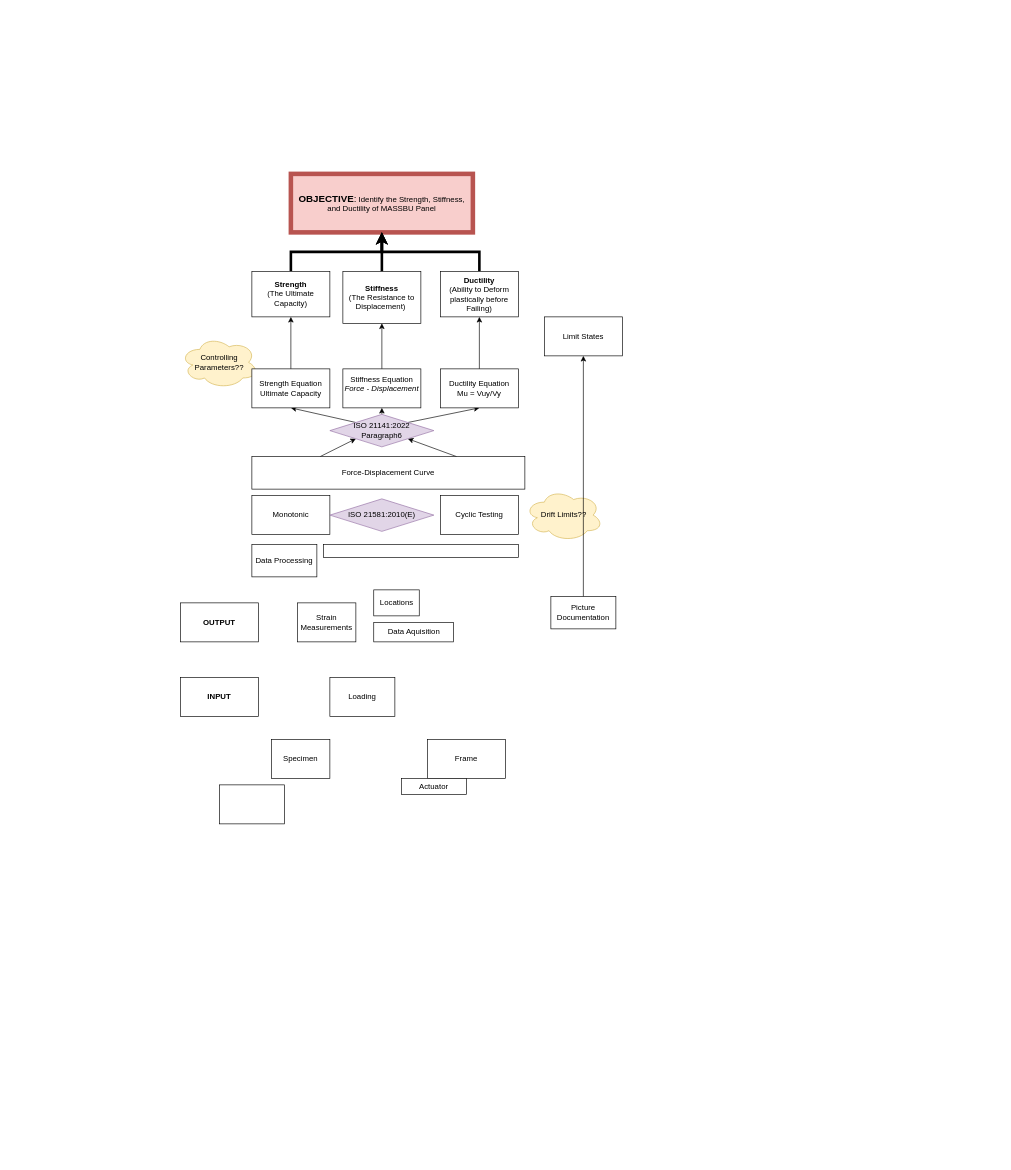
Earlier version of the draw.io diagram MASSBU.drawio (em329-unity/MindMaps). Source tidied: cells renumbered, new cells numbered last; positions are measured from the earlier drawing's top-left corner, leaving out a move shared by most shapes. Both pictures are drawn from the tidied source at 65%, with x=0, y=0 at pixel (180, 174).
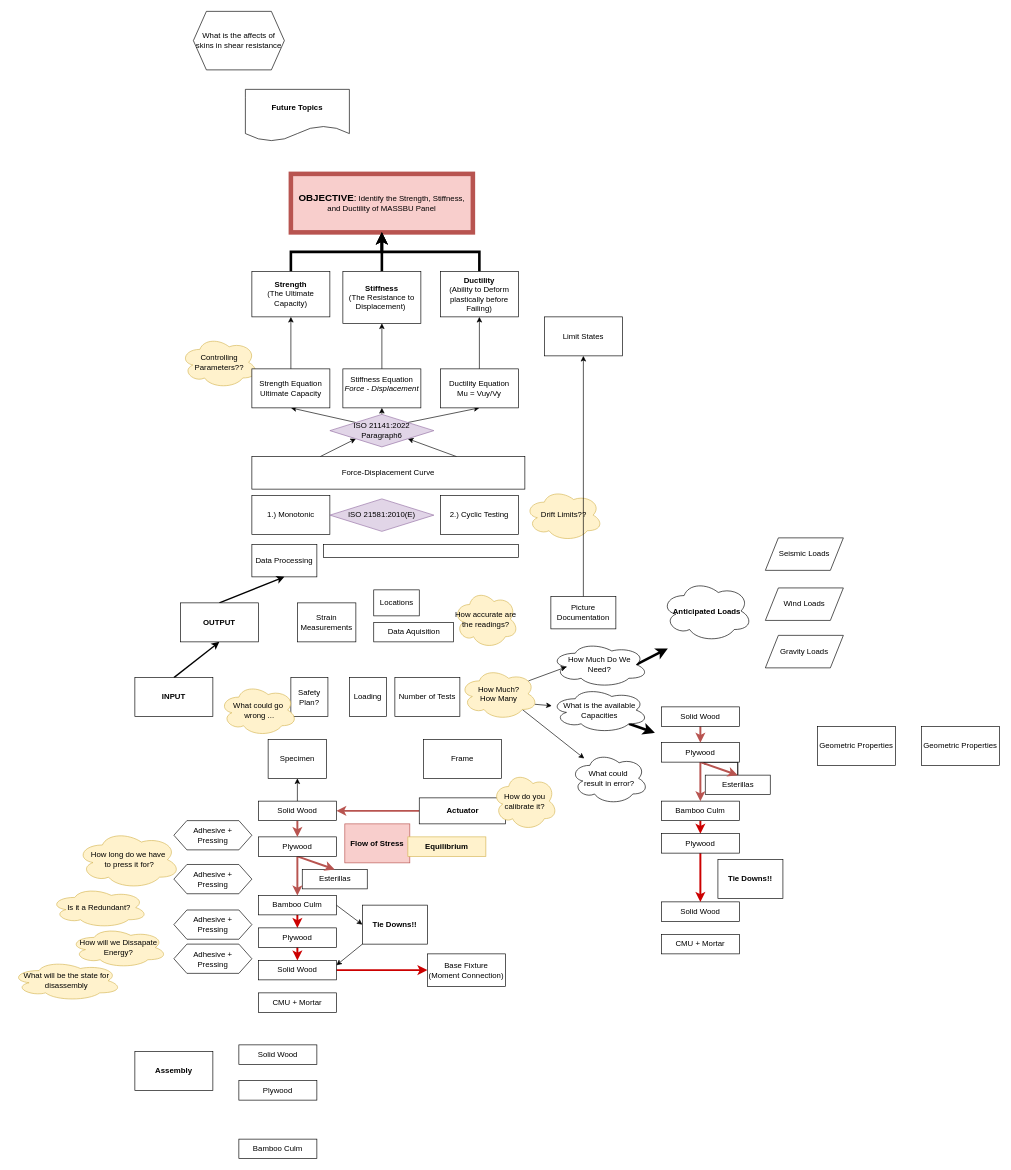
The same page after the edit.

Unchanged cells that the change refers to:
```xml
<mxCell id="32" value="Data Processing" style="whiteSpace=wrap;html=1;" parent="1" vertex="1">
  <mxGeometry x="110" y="570" width="100" height="50" as="geometry" />
</mxCell>
<mxCell id="40" value="&lt;b&gt;OUTPUT&lt;/b&gt;" style="whiteSpace=wrap;html=1;" parent="1" vertex="1">
  <mxGeometry y="660" width="120" height="60" as="geometry" />
</mxCell>
```

Change to the diagram source:
```diff
@@
-    <mxCell id="14" value="Monotonic" style="rounded=0;whiteSpace=wrap;html=1;" parent="1" vertex="1">
+    <mxCell id="14" value="1.) Monotonic" style="rounded=0;whiteSpace=wrap;html=1;" parent="1" vertex="1">
       <mxGeometry x="110" y="495" width="120" height="60" as="geometry" />
     </mxCell>
-    <mxCell id="15" value="Cyclic Testing" style="rounded=0;whiteSpace=wrap;html=1;" parent="1" vertex="1">
+    <mxCell id="15" value="2.) Cyclic Testing" style="rounded=0;whiteSpace=wrap;html=1;" parent="1" vertex="1">
       <mxGeometry x="400" y="495" width="120" height="60" as="geometry" />
     </mxCell>
@@
     <mxCell id="28" value="Specimen" style="rounded=0;whiteSpace=wrap;html=1;" parent="1" vertex="1">
-      <mxGeometry x="140" y="870" width="90" height="60" as="geometry" />
+      <mxGeometry x="135" y="870" width="90" height="60" as="geometry" />
     </mxCell>
@@
     <mxCell id="36" value="Loading" style="rounded=0;whiteSpace=wrap;html=1;" parent="1" vertex="1">
-      <mxGeometry x="230" y="775" width="100" height="60" as="geometry" />
+      <mxGeometry x="260" y="775" width="57" height="60" as="geometry" />
     </mxCell>
     <mxCell id="37" value="Frame" style="whiteSpace=wrap;html=1;" parent="1" vertex="1">
-      <mxGeometry x="380" y="870" width="120" height="60" as="geometry" />
+      <mxGeometry x="373.8" y="870" width="120" height="60" as="geometry" />
     </mxCell>
+    <mxCell id="42" style="edgeStyle=orthogonalEdgeStyle;rounded=0;jettySize=auto;html=1;exitX=0;exitY=0.5;exitDx=0;exitDy=0;entryX=1;entryY=0.5;entryDx=0;entryDy=0;fillColor=#f8cecc;strokeColor=#b85450;strokeWidth=3;" parent="1" edge="1" source="38" target="65">
+      <mxGeometry relative="1" as="geometry" />
+    </mxCell>
-    <mxCell id="38" value="Actuator" style="whiteSpace=wrap;html=1;" parent="1" vertex="1">
-      <mxGeometry x="340" y="930" width="100" height="25" as="geometry" />
+    <mxCell id="38" value="Actuator" style="whiteSpace=wrap;html=1;fontStyle=1;" parent="1" vertex="1">
+      <mxGeometry x="367.5" y="960" width="132.5" height="40" as="geometry" />
     </mxCell>
+    <mxCell id="43" style="rounded=0;jettySize=auto;html=1;exitX=0.5;exitY=0;exitDx=0;exitDy=0;entryX=0.5;entryY=1;entryDx=0;entryDy=0;strokeWidth=2;" parent="1" edge="1" source="39" target="40">
+      <mxGeometry relative="1" as="geometry" />
+    </mxCell>
     <mxCell id="39" value="&lt;b&gt;INPUT&lt;/b&gt;" style="whiteSpace=wrap;html=1;" parent="1" vertex="1">
-      <mxGeometry y="775" width="120" height="60" as="geometry" />
+      <mxGeometry x="-70" y="775" width="120" height="60" as="geometry" />
     </mxCell>
+    <mxCell id="44" style="rounded=0;jettySize=auto;html=1;exitX=0.5;exitY=0;exitDx=0;exitDy=0;entryX=0.5;entryY=1;entryDx=0;entryDy=0;strokeWidth=2;" parent="1" edge="1" source="40" target="32">
+      <mxGeometry relative="1" as="geometry" />
+    </mxCell>
@@
-    <mxCell id="41" style="whiteSpace=wrap;html=1;" parent="1" vertex="1">
-      <mxGeometry x="60" y="940" width="100" height="60" as="geometry" />
-    </mxCell>
+    <mxCell id="45" style="rounded=0;jettySize=auto;html=1;exitX=0.96;exitY=0.7;exitDx=0;exitDy=0;exitPerimeter=0;" parent="1" edge="1" source="47" target="70">
+      <mxGeometry relative="1" as="geometry" />
+    </mxCell>
+    <mxCell id="46" style="rounded=0;jettySize=auto;html=1;exitX=0.8;exitY=0.8;exitDx=0;exitDy=0;exitPerimeter=0;" parent="1" edge="1" source="47" target="101">
+      <mxGeometry relative="1" as="geometry" />
+    </mxCell>
+    <mxCell id="47" value="How Much?&lt;div&gt;How Many&lt;/div&gt;" style="ellipse;shape=cloud;whiteSpace=wrap;html=1;fillColor=#fff2cc;strokeColor=#d6b656;" parent="1" vertex="1">
+      <mxGeometry x="430" y="760" width="120" height="80" as="geometry" />
+    </mxCell>
+    <mxCell id="48" style="edgeStyle=orthogonalEdgeStyle;rounded=0;jettySize=auto;html=1;exitX=1;exitY=0.5;exitDx=0;exitDy=0;entryX=0;entryY=0.5;entryDx=0;entryDy=0;strokeColor=#CC0000;strokeWidth=3;" parent="1" edge="1" source="49" target="59">
+      <mxGeometry relative="1" as="geometry" />
+    </mxCell>
+    <mxCell id="49" value="Solid Wood" style="whiteSpace=wrap;html=1;" parent="1" vertex="1">
+      <mxGeometry x="120" y="1210" width="120" height="30" as="geometry" />
+    </mxCell>
+    <mxCell id="50" style="edgeStyle=orthogonalEdgeStyle;rounded=0;jettySize=auto;html=1;exitX=0.5;exitY=1;exitDx=0;exitDy=0;entryX=0.5;entryY=0;entryDx=0;entryDy=0;strokeColor=#CC0000;strokeWidth=3;" parent="1" edge="1" source="52" target="54">
+      <mxGeometry relative="1" as="geometry" />
+    </mxCell>
+    <mxCell id="51" style="rounded=0;jettySize=auto;html=1;exitX=1;exitY=0.5;exitDx=0;exitDy=0;entryX=0;entryY=0.5;entryDx=0;entryDy=0;" parent="1" edge="1" source="52" target="74">
+      <mxGeometry relative="1" as="geometry" />
+    </mxCell>
+    <mxCell id="52" value="Bamboo Culm" style="whiteSpace=wrap;html=1;" parent="1" vertex="1">
+      <mxGeometry x="120" y="1110" width="120" height="30" as="geometry" />
+    </mxCell>
+    <mxCell id="53" style="edgeStyle=orthogonalEdgeStyle;rounded=0;jettySize=auto;html=1;exitX=0.5;exitY=1;exitDx=0;exitDy=0;entryX=0.5;entryY=0;entryDx=0;entryDy=0;strokeColor=#CC0000;strokeWidth=3;" parent="1" edge="1" source="54" target="49">
+      <mxGeometry relative="1" as="geometry" />
+    </mxCell>
+    <mxCell id="54" value="Plywood" style="whiteSpace=wrap;html=1;" parent="1" vertex="1">
+      <mxGeometry x="120" y="1160" width="120" height="30" as="geometry" />
+    </mxCell>
+    <mxCell id="55" value="Esterillas" style="whiteSpace=wrap;html=1;" parent="1" vertex="1">
+      <mxGeometry x="187.5" y="1070" width="100" height="30" as="geometry" />
+    </mxCell>
+    <mxCell id="56" style="rounded=0;jettySize=auto;html=1;exitX=0.5;exitY=1;exitDx=0;exitDy=0;entryX=0.5;entryY=0;entryDx=0;entryDy=0;fillColor=#f8cecc;strokeColor=#b85450;strokeWidth=3;" parent="1" edge="1" source="58" target="55">
+      <mxGeometry relative="1" as="geometry" />
+    </mxCell>
+    <mxCell id="57" style="edgeStyle=orthogonalEdgeStyle;rounded=0;jettySize=auto;html=1;exitX=0.5;exitY=1;exitDx=0;exitDy=0;entryX=0.5;entryY=0;entryDx=0;entryDy=0;fillColor=#f8cecc;strokeColor=#b85450;strokeWidth=3;" parent="1" edge="1" source="58" target="52">
+      <mxGeometry relative="1" as="geometry" />
+    </mxCell>
+    <mxCell id="58" value="Plywood" style="whiteSpace=wrap;html=1;" parent="1" vertex="1">
+      <mxGeometry x="120" y="1020" width="120" height="30" as="geometry" />
+    </mxCell>
+    <mxCell id="59" value="Base Fixture&lt;div&gt;(Moment Connection)&lt;/div&gt;" style="whiteSpace=wrap;html=1;" parent="1" vertex="1">
+      <mxGeometry x="380" y="1200" width="120" height="50" as="geometry" />
+    </mxCell>
+    <mxCell id="60" value="Flow of Stress" style="whiteSpace=wrap;html=1;fontStyle=1;fillColor=#f8cecc;strokeColor=#b85450;" parent="1" vertex="1">
+      <mxGeometry x="253" y="1000" width="100" height="60" as="geometry" />
+    </mxCell>
+    <mxCell id="61" value="How do you calibrate it?" style="ellipse;shape=cloud;whiteSpace=wrap;html=1;fillColor=#fff2cc;strokeColor=#d6b656;" parent="1" vertex="1">
+      <mxGeometry x="480" y="920" width="100" height="90" as="geometry" />
+    </mxCell>
+    <mxCell id="62" value="How accurate are the readings?" style="ellipse;shape=cloud;whiteSpace=wrap;html=1;fillColor=#fff2cc;strokeColor=#d6b656;" parent="1" vertex="1">
+      <mxGeometry x="420" y="640" width="100" height="90" as="geometry" />
+    </mxCell>
+    <mxCell id="63" style="edgeStyle=orthogonalEdgeStyle;rounded=0;jettySize=auto;html=1;exitX=0.5;exitY=1;exitDx=0;exitDy=0;entryX=0.5;entryY=0;entryDx=0;entryDy=0;fillColor=#f8cecc;strokeColor=#b85450;strokeWidth=3;" parent="1" edge="1" source="65" target="58">
+      <mxGeometry relative="1" as="geometry" />
+    </mxCell>
+    <mxCell id="64" style="edgeStyle=orthogonalEdgeStyle;rounded=0;jettySize=auto;html=1;exitX=0.5;exitY=0;exitDx=0;exitDy=0;entryX=0.5;entryY=1;entryDx=0;entryDy=0;" parent="1" edge="1" source="65" target="28">
+      <mxGeometry relative="1" as="geometry" />
+    </mxCell>
+    <mxCell id="65" value="Solid Wood" style="whiteSpace=wrap;html=1;" parent="1" vertex="1">
+      <mxGeometry x="120" y="965" width="120" height="30" as="geometry" />
+    </mxCell>
+    <mxCell id="66" value="&lt;b&gt;Equilibrium&lt;/b&gt;" style="whiteSpace=wrap;html=1;fillColor=#fff2cc;strokeColor=#d6b656;" parent="1" vertex="1">
+      <mxGeometry x="350" y="1020" width="120" height="30" as="geometry" />
+    </mxCell>
+    <mxCell id="67" style="rounded=0;jettySize=auto;html=1;exitX=0.875;exitY=0.5;exitDx=0;exitDy=0;exitPerimeter=0;strokeWidth=4;" parent="1" edge="1" source="68">
+      <mxGeometry relative="1" as="geometry">
+        <mxPoint x="750" y="730" as="targetPoint" />
+      </mxGeometry>
+    </mxCell>
+    <mxCell id="68" value="How Much Do We&lt;div&gt;Need?&lt;/div&gt;" style="ellipse;shape=cloud;whiteSpace=wrap;html=1;" parent="1" vertex="1">
+      <mxGeometry x="570" y="720" width="150" height="70" as="geometry" />
+    </mxCell>
+    <mxCell id="69" style="rounded=0;jettySize=auto;html=1;exitX=0.8;exitY=0.8;exitDx=0;exitDy=0;exitPerimeter=0;strokeWidth=4;" parent="1" edge="1" source="70">
+      <mxGeometry relative="1" as="geometry">
+        <mxPoint x="730" y="860" as="targetPoint" />
+      </mxGeometry>
+    </mxCell>
+    <mxCell id="70" value="What is the available Capacities" style="ellipse;shape=cloud;whiteSpace=wrap;html=1;" parent="1" vertex="1">
+      <mxGeometry x="570" y="790" width="150" height="70" as="geometry" />
+    </mxCell>
+    <mxCell id="71" value="Adhesive +&lt;div&gt;Pressing&lt;/div&gt;" style="shape=hexagon;perimeter=hexagonPerimeter2;whiteSpace=wrap;html=1;fixedSize=1;" parent="1" vertex="1">
+      <mxGeometry x="-10" y="995" width="120" height="45" as="geometry" />
+    </mxCell>
+    <mxCell id="72" value="Number of Tests" style="rounded=0;whiteSpace=wrap;html=1;" parent="1" vertex="1">
+      <mxGeometry x="330" y="775" width="100" height="60" as="geometry" />
+    </mxCell>
+    <mxCell id="73" style="rounded=0;jettySize=auto;html=1;exitX=0;exitY=1;exitDx=0;exitDy=0;entryX=1;entryY=0.25;entryDx=0;entryDy=0;" parent="1" edge="1" source="74" target="49">
+      <mxGeometry relative="1" as="geometry" />
+    </mxCell>
+    <mxCell id="74" value="Tie Downs!!" style="whiteSpace=wrap;html=1;fontStyle=1;" parent="1" vertex="1">
+      <mxGeometry x="280" y="1125" width="100" height="60" as="geometry" />
+    </mxCell>
+    <mxCell id="75" value="Adhesive +&lt;div&gt;Pressing&lt;/div&gt;" style="shape=hexagon;perimeter=hexagonPerimeter2;whiteSpace=wrap;html=1;fixedSize=1;" parent="1" vertex="1">
+      <mxGeometry x="-10" y="1062.5" width="120" height="45" as="geometry" />
+    </mxCell>
+    <mxCell id="76" value="Adhesive +&lt;div&gt;Pressing&lt;/div&gt;" style="shape=hexagon;perimeter=hexagonPerimeter2;whiteSpace=wrap;html=1;fixedSize=1;" parent="1" vertex="1">
+      <mxGeometry x="-10" y="1132.5" width="120" height="45" as="geometry" />
+    </mxCell>
+    <mxCell id="77" value="CMU + Mortar" style="whiteSpace=wrap;html=1;" parent="1" vertex="1">
+      <mxGeometry x="120" y="1260" width="120" height="30" as="geometry" />
+    </mxCell>
+    <mxCell id="78" value="Adhesive +&lt;div&gt;Pressing&lt;/div&gt;" style="shape=hexagon;perimeter=hexagonPerimeter2;whiteSpace=wrap;html=1;fixedSize=1;" parent="1" vertex="1">
+      <mxGeometry x="-10" y="1185" width="120" height="45" as="geometry" />
+    </mxCell>
+    <mxCell id="79" value="How long do we have&lt;div&gt;&amp;nbsp;to press it for?&lt;/div&gt;" style="ellipse;shape=cloud;whiteSpace=wrap;html=1;fillColor=#fff2cc;strokeColor=#d6b656;" parent="1" vertex="1">
+      <mxGeometry x="-160" y="1010" width="160" height="90" as="geometry" />
+    </mxCell>
+    <mxCell id="80" value="Solid Wood" style="whiteSpace=wrap;html=1;" parent="1" vertex="1">
+      <mxGeometry x="740" y="1120" width="120" height="30" as="geometry" />
+    </mxCell>
+    <mxCell id="81" style="edgeStyle=orthogonalEdgeStyle;rounded=0;jettySize=auto;html=1;exitX=0.5;exitY=1;exitDx=0;exitDy=0;entryX=0.5;entryY=0;entryDx=0;entryDy=0;strokeColor=#CC0000;strokeWidth=3;" parent="1" edge="1" source="82" target="84">
+      <mxGeometry relative="1" as="geometry" />
+    </mxCell>
+    <mxCell id="82" value="Bamboo Culm" style="whiteSpace=wrap;html=1;" parent="1" vertex="1">
+      <mxGeometry x="740" y="965" width="120" height="30" as="geometry" />
+    </mxCell>
+    <mxCell id="83" style="edgeStyle=orthogonalEdgeStyle;rounded=0;jettySize=auto;html=1;exitX=0.5;exitY=1;exitDx=0;exitDy=0;entryX=0.5;entryY=0;entryDx=0;entryDy=0;strokeColor=#CC0000;strokeWidth=3;" parent="1" edge="1" source="84" target="80">
+      <mxGeometry relative="1" as="geometry" />
+    </mxCell>
+    <mxCell id="84" value="Plywood" style="whiteSpace=wrap;html=1;" parent="1" vertex="1">
+      <mxGeometry x="740" y="1015" width="120" height="30" as="geometry" />
+    </mxCell>
+    <mxCell id="85" style="edgeStyle=orthogonalEdgeStyle;rounded=0;jettySize=auto;html=1;" parent="1" edge="1" source="87" target="90">
+      <mxGeometry relative="1" as="geometry" />
+    </mxCell>
+    <mxCell id="86" style="edgeStyle=orthogonalEdgeStyle;rounded=0;jettySize=auto;html=1;" parent="1" edge="1" source="87" target="90">
+      <mxGeometry relative="1" as="geometry" />
+    </mxCell>
+    <mxCell id="87" value="Esterillas" style="whiteSpace=wrap;html=1;" parent="1" vertex="1">
+      <mxGeometry x="807.5" y="925" width="100" height="30" as="geometry" />
+    </mxCell>
+    <mxCell id="88" style="rounded=0;jettySize=auto;html=1;exitX=0.5;exitY=1;exitDx=0;exitDy=0;entryX=0.5;entryY=0;entryDx=0;entryDy=0;fillColor=#f8cecc;strokeColor=#b85450;strokeWidth=3;" parent="1" edge="1" source="90" target="87">
+      <mxGeometry relative="1" as="geometry" />
+    </mxCell>
+    <mxCell id="89" style="edgeStyle=orthogonalEdgeStyle;rounded=0;jettySize=auto;html=1;exitX=0.5;exitY=1;exitDx=0;exitDy=0;entryX=0.5;entryY=0;entryDx=0;entryDy=0;fillColor=#f8cecc;strokeColor=#b85450;strokeWidth=3;" parent="1" edge="1" source="90" target="82">
+      <mxGeometry relative="1" as="geometry" />
+    </mxCell>
+    <mxCell id="90" value="Plywood" style="whiteSpace=wrap;html=1;" parent="1" vertex="1">
+      <mxGeometry x="740" y="875" width="120" height="30" as="geometry" />
+    </mxCell>
+    <mxCell id="91" style="edgeStyle=orthogonalEdgeStyle;rounded=0;jettySize=auto;html=1;exitX=0.5;exitY=1;exitDx=0;exitDy=0;entryX=0.5;entryY=0;entryDx=0;entryDy=0;fillColor=#f8cecc;strokeColor=#b85450;strokeWidth=3;" parent="1" edge="1" source="92" target="90">
+      <mxGeometry relative="1" as="geometry" />
+    </mxCell>
+    <mxCell id="92" value="Solid Wood" style="whiteSpace=wrap;html=1;" parent="1" vertex="1">
+      <mxGeometry x="740" y="820" width="120" height="30" as="geometry" />
+    </mxCell>
+    <mxCell id="93" value="Tie Downs!!" style="whiteSpace=wrap;html=1;fontStyle=1;" parent="1" vertex="1">
+      <mxGeometry x="827" y="1055" width="100" height="60" as="geometry" />
+    </mxCell>
+    <mxCell id="94" value="CMU + Mortar" style="whiteSpace=wrap;html=1;" parent="1" vertex="1">
+      <mxGeometry x="740" y="1170" width="120" height="30" as="geometry" />
+    </mxCell>
+    <mxCell id="95" value="Safety Plan?" style="rounded=0;whiteSpace=wrap;html=1;" parent="1" vertex="1">
+      <mxGeometry x="170" y="775" width="57" height="60" as="geometry" />
+    </mxCell>
+    <mxCell id="96" value="What could go&lt;div&gt;&amp;nbsp;wrong ...&lt;/div&gt;" style="ellipse;shape=cloud;whiteSpace=wrap;html=1;fillColor=#fff2cc;strokeColor=#d6b656;" parent="1" vertex="1">
+      <mxGeometry x="60" y="785" width="120" height="80" as="geometry" />
+    </mxCell>
+    <mxCell id="97" value="Assembly" style="rounded=0;whiteSpace=wrap;html=1;fontStyle=1;" parent="1" vertex="1">
+      <mxGeometry x="-70" y="1350" width="120" height="60" as="geometry" />
+    </mxCell>
+    <mxCell id="98" value="Anticipated Loads" style="ellipse;shape=cloud;whiteSpace=wrap;html=1;fontStyle=1;" parent="1" vertex="1">
+      <mxGeometry x="740" y="625" width="140" height="95" as="geometry" />
+    </mxCell>
+    <mxCell id="99" value="&lt;b&gt;Future Topics&lt;/b&gt;" style="shape=document;whiteSpace=wrap;html=1;boundedLbl=1;" parent="1" vertex="1">
+      <mxGeometry x="100" y="-130" width="160" height="80" as="geometry" />
+    </mxCell>
+    <mxCell id="100" value="What is the affects of skins in shear resistance" style="shape=hexagon;perimeter=hexagonPerimeter2;whiteSpace=wrap;html=1;fixedSize=1;" parent="1" vertex="1">
+      <mxGeometry x="20" y="-250" width="140" height="90" as="geometry" />
+    </mxCell>
+    <mxCell id="101" value="What could&amp;nbsp;&lt;div&gt;result in error?&lt;/div&gt;" style="ellipse;shape=cloud;whiteSpace=wrap;html=1;" parent="1" vertex="1">
+      <mxGeometry x="600" y="890" width="120" height="80" as="geometry" />
+    </mxCell>
+    <mxCell id="102" style="rounded=0;jettySize=auto;html=1;exitX=0.88;exitY=0.25;exitDx=0;exitDy=0;exitPerimeter=0;entryX=0.16;entryY=0.55;entryDx=0;entryDy=0;entryPerimeter=0;" parent="1" edge="1" source="47" target="68">
+      <mxGeometry relative="1" as="geometry" />
+    </mxCell>
+    <mxCell id="103" value="Geometric Properties" style="rounded=0;whiteSpace=wrap;html=1;" parent="1" vertex="1">
+      <mxGeometry x="980" y="850" width="120" height="60" as="geometry" />
+    </mxCell>
+    <mxCell id="104" value="Geometric Properties" style="rounded=0;whiteSpace=wrap;html=1;" parent="1" vertex="1">
+      <mxGeometry x="1140" y="850" width="120" height="60" as="geometry" />
+    </mxCell>
+    <mxCell id="105" value="Seismic Loads" style="shape=parallelogram;perimeter=parallelogramPerimeter;whiteSpace=wrap;html=1;fixedSize=1;" parent="1" vertex="1">
+      <mxGeometry x="900" y="560" width="120" height="50" as="geometry" />
+    </mxCell>
+    <mxCell id="106" value="Wind Loads" style="shape=parallelogram;perimeter=parallelogramPerimeter;whiteSpace=wrap;html=1;fixedSize=1;" parent="1" vertex="1">
+      <mxGeometry x="900" y="637" width="120" height="50" as="geometry" />
+    </mxCell>
+    <mxCell id="107" value="Gravity Loads" style="shape=parallelogram;perimeter=parallelogramPerimeter;whiteSpace=wrap;html=1;fixedSize=1;" parent="1" vertex="1">
+      <mxGeometry x="900" y="710" width="120" height="50" as="geometry" />
+    </mxCell>
+    <mxCell id="108" value="Is it a Redundant?" style="ellipse;shape=cloud;whiteSpace=wrap;html=1;fillColor=#fff2cc;strokeColor=#d6b656;" parent="1" vertex="1">
+      <mxGeometry x="-200" y="1097.5" width="150" height="62.5" as="geometry" />
+    </mxCell>
+    <mxCell id="109" value="How will we Dissapate Energy?" style="ellipse;shape=cloud;whiteSpace=wrap;html=1;fillColor=#fff2cc;strokeColor=#d6b656;" parent="1" vertex="1">
+      <mxGeometry x="-170" y="1159" width="150" height="62.5" as="geometry" />
+    </mxCell>
+    <mxCell id="110" value="What will be the state for disassembly" style="ellipse;shape=cloud;whiteSpace=wrap;html=1;fillColor=#fff2cc;strokeColor=#d6b656;" parent="1" vertex="1">
+      <mxGeometry x="-260" y="1210" width="170" height="62.5" as="geometry" />
+    </mxCell>
+    <mxCell id="111" value="Bamboo Culm" style="whiteSpace=wrap;html=1;" parent="1" vertex="1">
+      <mxGeometry x="90" y="1485" width="120" height="30" as="geometry" />
+    </mxCell>
+    <mxCell id="112" value="Plywood" style="whiteSpace=wrap;html=1;" parent="1" vertex="1">
+      <mxGeometry x="90" y="1395" width="120" height="30" as="geometry" />
+    </mxCell>
+    <mxCell id="113" value="Solid Wood" style="whiteSpace=wrap;html=1;" parent="1" vertex="1">
+      <mxGeometry x="90" y="1340" width="120" height="30" as="geometry" />
+    </mxCell>
```
